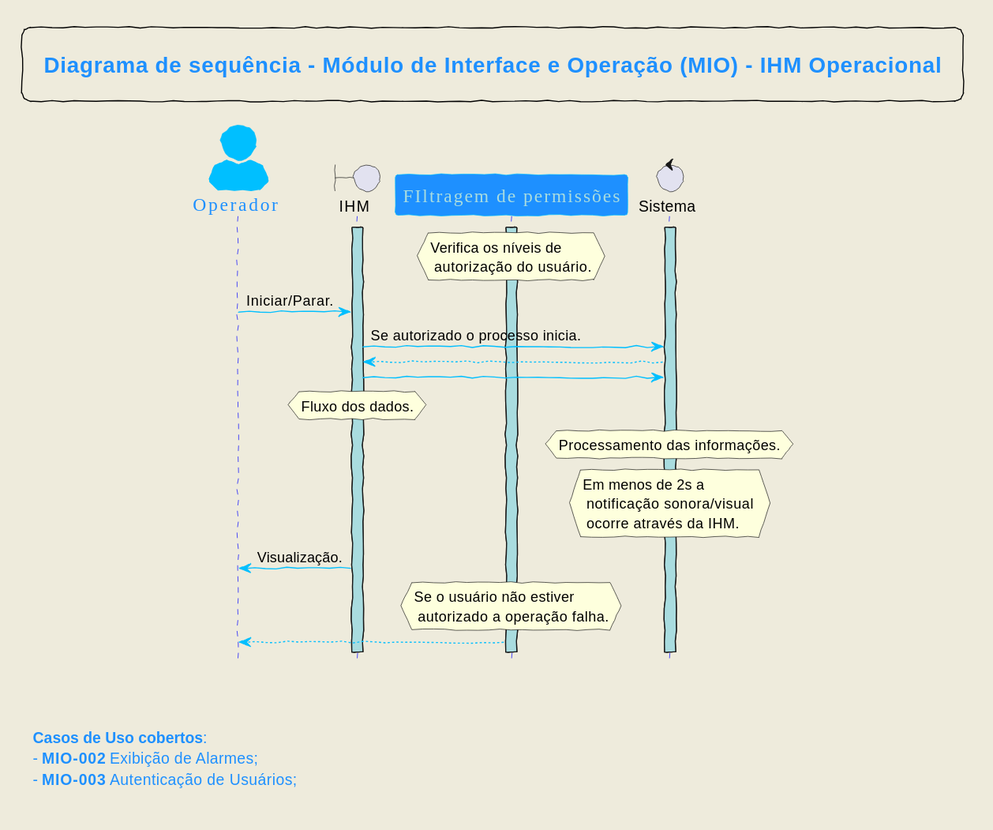
Above: diagramas_svg/DS-IHM-002.svg in Embrapac/diagramas (PlantUML), before the change. Its diagram source:
```plantuml
@startuml
!include DEFS.puml

actor "Operador" as OP
boundary "IHM"
participant "FIltragem de permissões" as Z
control Sistema as ST


activate Z
activate ST
activate IHM
hnote over Z: Verifica os níveis de \n autorização do usuário.
OP -> IHM: Iniciar/Parar.
IHM -> ST: Se autorizado o processo inicia.
ST --> IHM
IHM -> ST
hnote over IHM: Fluxo dos dados.
hnote over ST: Processamento das informações.
hnote over ST: Em menos de 2s a \n notificação sonora/visual \n ocorre através da IHM.
IHM -> "OP": Visualização.
hnote over Z: Se o usuário não estiver \n autorizado a operação falha.
Z --> OP


legend top
**Diagrama de sequência - Módulo de Interface e Operação (MIO) - IHM Operacional**
end legend

footer


**Casos de Uso cobertos**:
 - **MIO-002** Exibição de Alarmes;
 - **MIO-003** Autenticação de Usuários;
end footer
@enduml
```
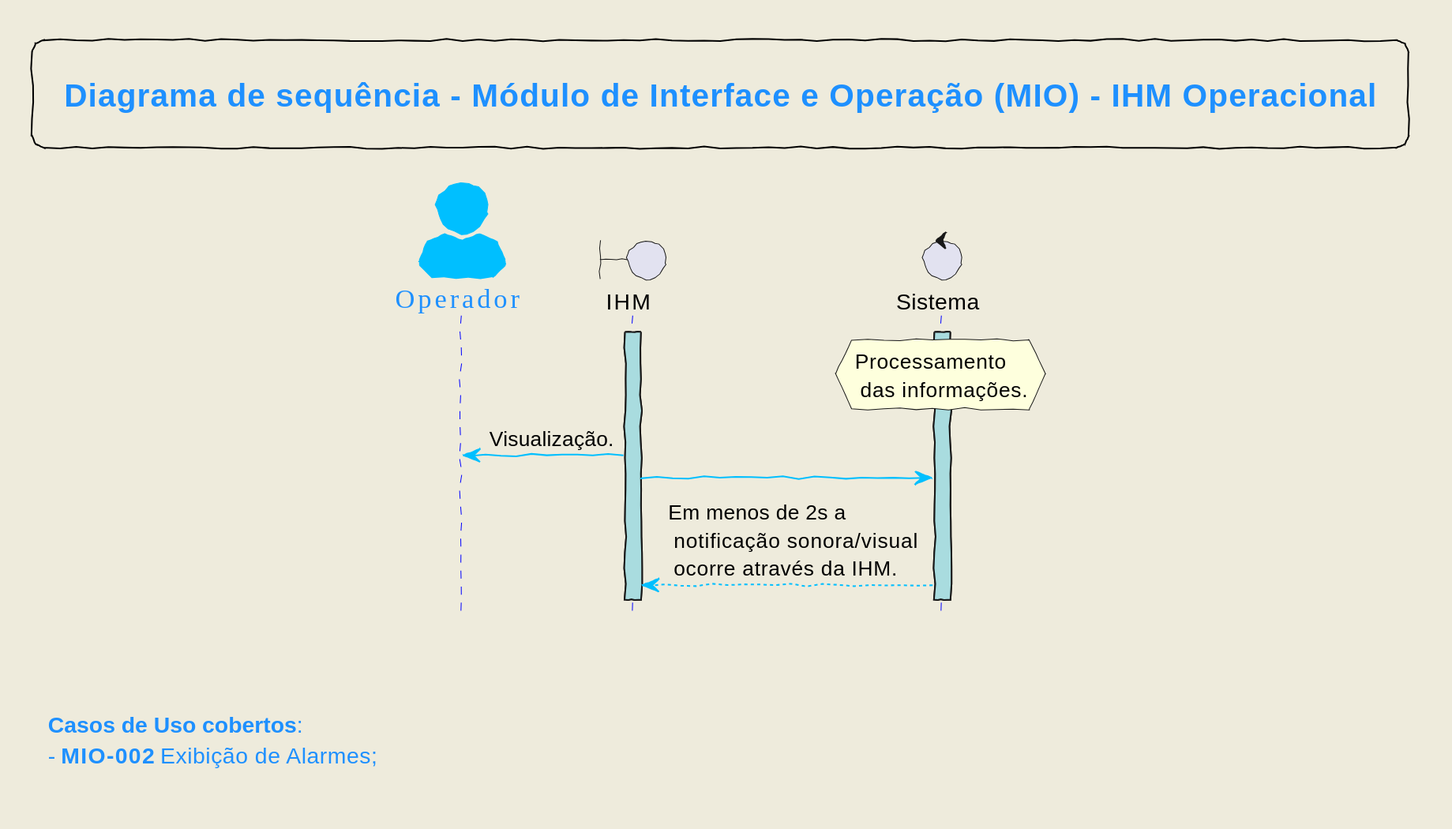
The same diagram one commit later.

What changed in the source:
```diff
@@ -3,25 +3,15 @@
 
 actor "Operador" as OP
 boundary "IHM"
-participant "FIltragem de permissões" as Z
 control Sistema as ST
 
 
-activate Z
 activate ST
 activate IHM
-hnote over Z: Verifica os níveis de \n autorização do usuário.
-OP -> IHM: Iniciar/Parar.
-IHM -> ST: Se autorizado o processo inicia.
-ST --> IHM
+hnote over ST: Processamento \n das informações.
+IHM -> "OP": Visualização.
 IHM -> ST
-hnote over IHM: Fluxo dos dados.
-hnote over ST: Processamento das informações.
-hnote over ST: Em menos de 2s a \n notificação sonora/visual \n ocorre através da IHM.
-IHM -> "OP": Visualização.
-hnote over Z: Se o usuário não estiver \n autorizado a operação falha.
-Z --> OP
-
+ST --> IHM: Em menos de 2s a \n notificação sonora/visual \n ocorre através da IHM.
 
 legend top
 **Diagrama de sequência - Módulo de Interface e Operação (MIO) - IHM Operacional**
@@ -32,6 +22,5 @@
 
 **Casos de Uso cobertos**:
  - **MIO-002** Exibição de Alarmes;
- - **MIO-003** Autenticação de Usuários;
 end footer
 @enduml
```
